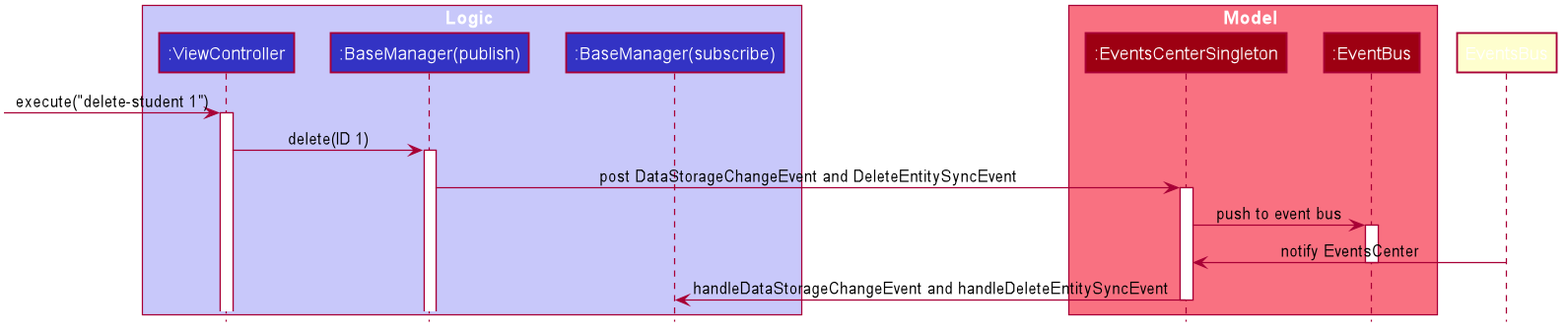
Above: images/EventsFlowDiagram.png in AY1920S2-CS2103-W14-1/main (PlantUML), before the change. The source it was exported from:
```plantuml
@startuml








skinparam BackgroundColor #FFFFFFF

skinparam Shadowing false

skinparam Class {
    FontColor #FFFFFF
    BorderThickness 1
    BorderColor #FFFFFF
    StereotypeFontColor #FFFFFF
    FontName Arial
}

skinparam Actor {
    BorderColor #000000
    Color #000000
    FontName Arial
}

skinparam Sequence {
    MessageAlign center
    BoxFontSize 15
    BoxPadding 0
    BoxFontColor #FFFFFF
    FontName Arial
}

skinparam Participant {
    FontColor #FFFFFFF
    Padding 20
}

skinparam MinClassWidth 50
skinparam ParticipantPadding 10
skinparam Shadowing false
skinparam DefaultTextAlignment center
skinparam packageStyle Rectangle

hide footbox
hide members
hide circle

box Logic #C8C8FA
participant ":ViewController" as ViewController #3333C4
participant ":BaseManager(publish)" as BaseManagerPublish #3333C4
participant ":BaseManager(subscribe)" as BaseManagerSubscribe #3333C4
end box

box Model #F97181
participant ":EventsCenterSingleton" as EventsCenterSingleton #9D0012
participant ":EventBus" as EventBus #9D0012
end box

[-> ViewController : execute("delete-student 1")
activate ViewController

ViewController -> BaseManagerPublish : delete(ID 1)
activate BaseManagerPublish

BaseManagerPublish -> EventsCenterSingleton : post DataStorageChangeEvent and DeleteEntitySyncEvent
activate EventsCenterSingleton

EventsCenterSingleton -> EventBus : push to event bus
activate EventBus

EventsBus -> EventsCenterSingleton : notify EventsCenter
deactivate EventBus

EventsCenterSingleton -> BaseManagerSubscribe : handleDataStorageChangeEvent and handleDeleteEntitySyncEvent
deactivate EventsCenterSingleton

@enduml
```
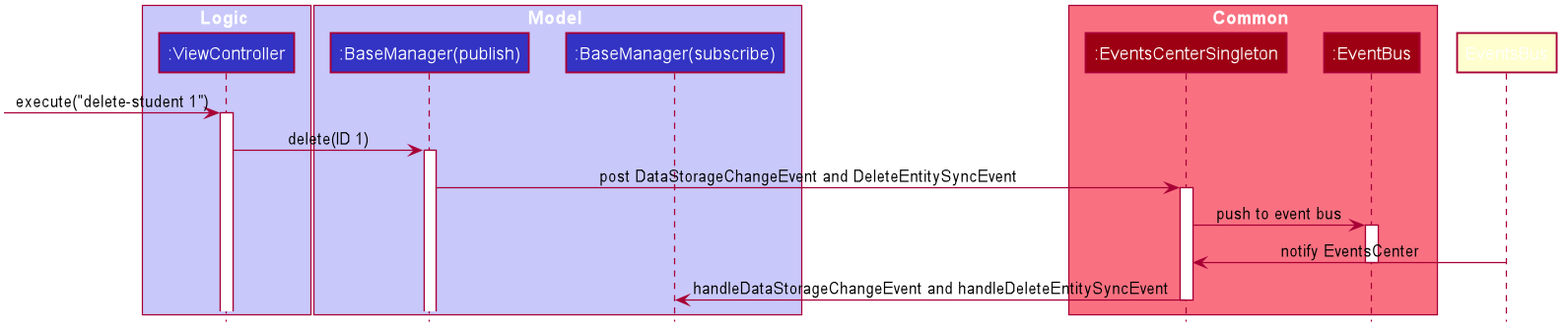
After the commit.

Diff of the diagram source:
```diff
@@ -50,11 +50,14 @@
 
 box Logic #C8C8FA
 participant ":ViewController" as ViewController #3333C4
+end box
+
+box Model #C8C8FA
 participant ":BaseManager(publish)" as BaseManagerPublish #3333C4
 participant ":BaseManager(subscribe)" as BaseManagerSubscribe #3333C4
 end box
 
-box Model #F97181
+box Common #F97181
 participant ":EventsCenterSingleton" as EventsCenterSingleton #9D0012
 participant ":EventBus" as EventBus #9D0012
 end box
```
